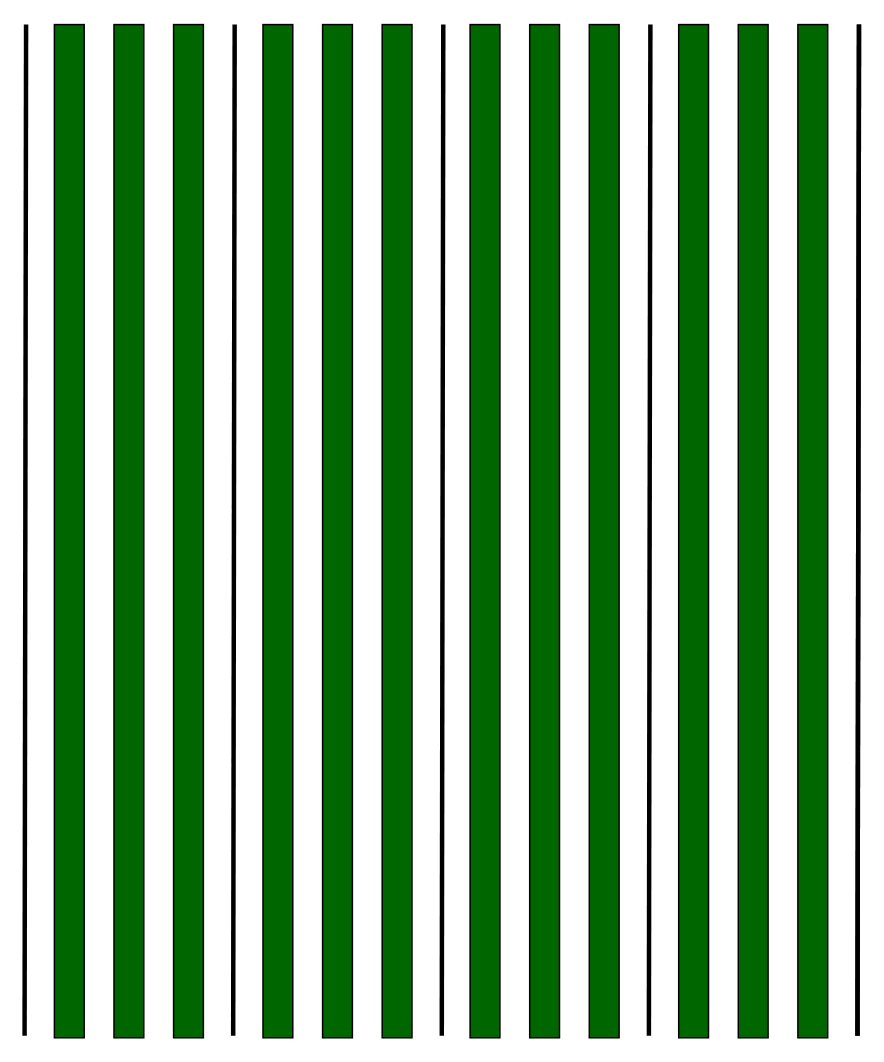
Above: Diagrama sin título.drawio in stdupas/app.agromaker (draw.io), before the change. Source tidied: cells renumbered, new cells numbered last; positions are measured from the earlier drawing's top-left corner, leaving out a move shared by most shapes. Both pictures are drawn from the tidied source at 149%, with x=0, y=0 at pixel (24, 24).
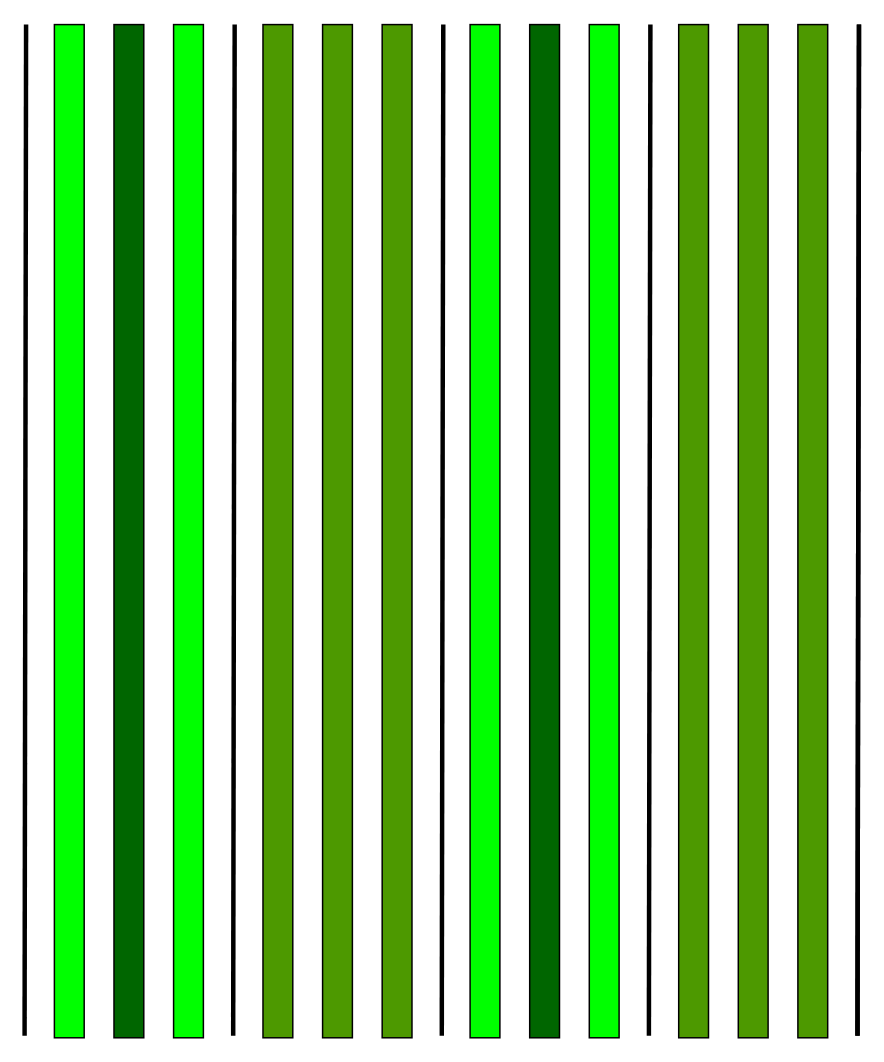
The same diagram, later.

The change refers to these unchanged cells:
```xml
<mxCell id="3" style="group;" parent="2" vertex="1">
  <mxGeometry y="-20" width="560" height="680" as="geometry" />
</mxCell>
```

What changed in the source:
```diff
@@
-    <mxCell id="5" style="rounded=0;whiteSpace=wrap;html=1;fontStyle=4;fillColor=#006600;" parent="3" vertex="1">
+    <mxCell id="5" style="rounded=0;whiteSpace=wrap;html=1;fontStyle=4;fillColor=#00FF00;" parent="3" vertex="1">
       <mxGeometry x="20" width="20" height="680" as="geometry" />
     </mxCell>
@@
-    <mxCell id="7" style="rounded=0;whiteSpace=wrap;html=1;fontStyle=4;fillColor=#006600;" parent="3" vertex="1">
+    <mxCell id="7" style="rounded=0;whiteSpace=wrap;html=1;fontStyle=4;fillColor=#00FF00;" parent="3" vertex="1">
       <mxGeometry x="100" width="20" height="680" as="geometry" />
     </mxCell>
@@
-    <mxCell id="9" style="rounded=0;whiteSpace=wrap;html=1;fontStyle=4;fillColor=#006600;" parent="3" vertex="1">
+    <mxCell id="9" style="rounded=0;whiteSpace=wrap;html=1;fontStyle=4;fillColor=#4D9900;" parent="3" vertex="1">
       <mxGeometry x="160" width="20" height="680" as="geometry" />
     </mxCell>
-    <mxCell id="10" style="rounded=0;whiteSpace=wrap;html=1;fontStyle=4;fillColor=#006600;" parent="3" vertex="1">
+    <mxCell id="10" style="rounded=0;whiteSpace=wrap;html=1;fontStyle=4;fillColor=#4D9900;" parent="3" vertex="1">
       <mxGeometry x="200" width="20" height="680" as="geometry" />
     </mxCell>
-    <mxCell id="11" style="rounded=0;whiteSpace=wrap;html=1;fontStyle=4;fillColor=#006600;" parent="3" vertex="1">
+    <mxCell id="11" style="rounded=0;whiteSpace=wrap;html=1;fontStyle=4;fillColor=#4D9900;" parent="3" vertex="1">
       <mxGeometry x="240" width="20" height="680" as="geometry" />
     </mxCell>
@@
-    <mxCell id="13" style="rounded=0;whiteSpace=wrap;html=1;fontStyle=4;fillColor=#006600;" parent="3" vertex="1">
+    <mxCell id="13" style="rounded=0;whiteSpace=wrap;html=1;fontStyle=4;fillColor=#00FF00;" parent="3" vertex="1">
       <mxGeometry x="299" width="20" height="680" as="geometry" />
     </mxCell>
@@
-    <mxCell id="15" style="rounded=0;whiteSpace=wrap;html=1;fontStyle=4;fillColor=#006600;" parent="3" vertex="1">
+    <mxCell id="15" style="rounded=0;whiteSpace=wrap;html=1;fontStyle=4;fillColor=#00FF00;" parent="3" vertex="1">
       <mxGeometry x="379" width="20" height="680" as="geometry" />
     </mxCell>
@@
-    <mxCell id="17" style="rounded=0;whiteSpace=wrap;html=1;fontStyle=4;fillColor=#006600;" parent="3" vertex="1">
+    <mxCell id="17" style="rounded=0;whiteSpace=wrap;html=1;fontStyle=4;fillColor=#4D9900;" parent="3" vertex="1">
       <mxGeometry x="439" width="20" height="680" as="geometry" />
     </mxCell>
-    <mxCell id="18" style="rounded=0;whiteSpace=wrap;html=1;fontStyle=4;fillColor=#006600;" parent="3" vertex="1">
+    <mxCell id="18" style="rounded=0;whiteSpace=wrap;html=1;fontStyle=4;fillColor=#4D9900;" parent="3" vertex="1">
       <mxGeometry x="479" width="20" height="680" as="geometry" />
     </mxCell>
-    <mxCell id="19" style="rounded=0;whiteSpace=wrap;html=1;fontStyle=4;fillColor=#006600;" parent="3" vertex="1">
+    <mxCell id="19" style="rounded=0;whiteSpace=wrap;html=1;fontStyle=4;fillColor=#4D9900;" parent="3" vertex="1">
       <mxGeometry x="519" width="20" height="680" as="geometry" />
     </mxCell>
```
